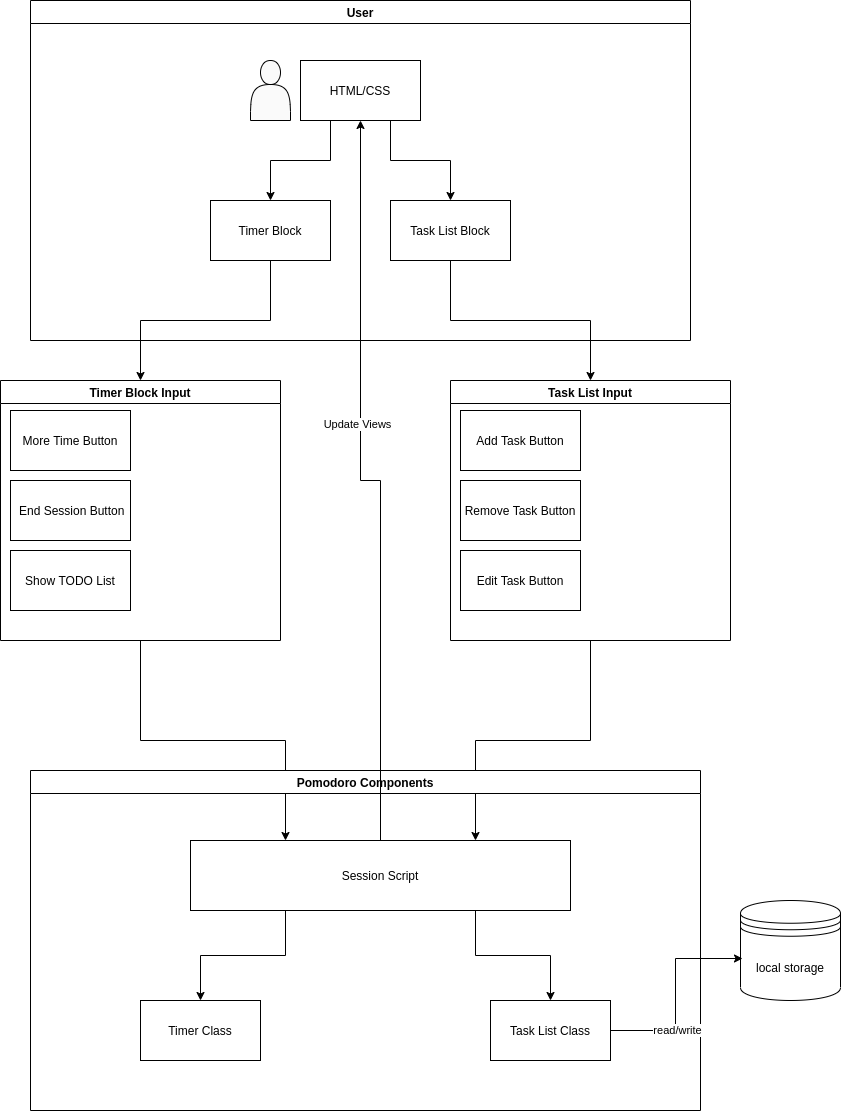
Earlier version of the draw.io export admin/pitch/systemdiagram.drawio.png (CSE-110-Group-29/Electric-Pomato). Source tidied: cells renumbered, new cells last; positions are measured from the earlier drawing's top-left corner, leaving out a move shared by most shapes.
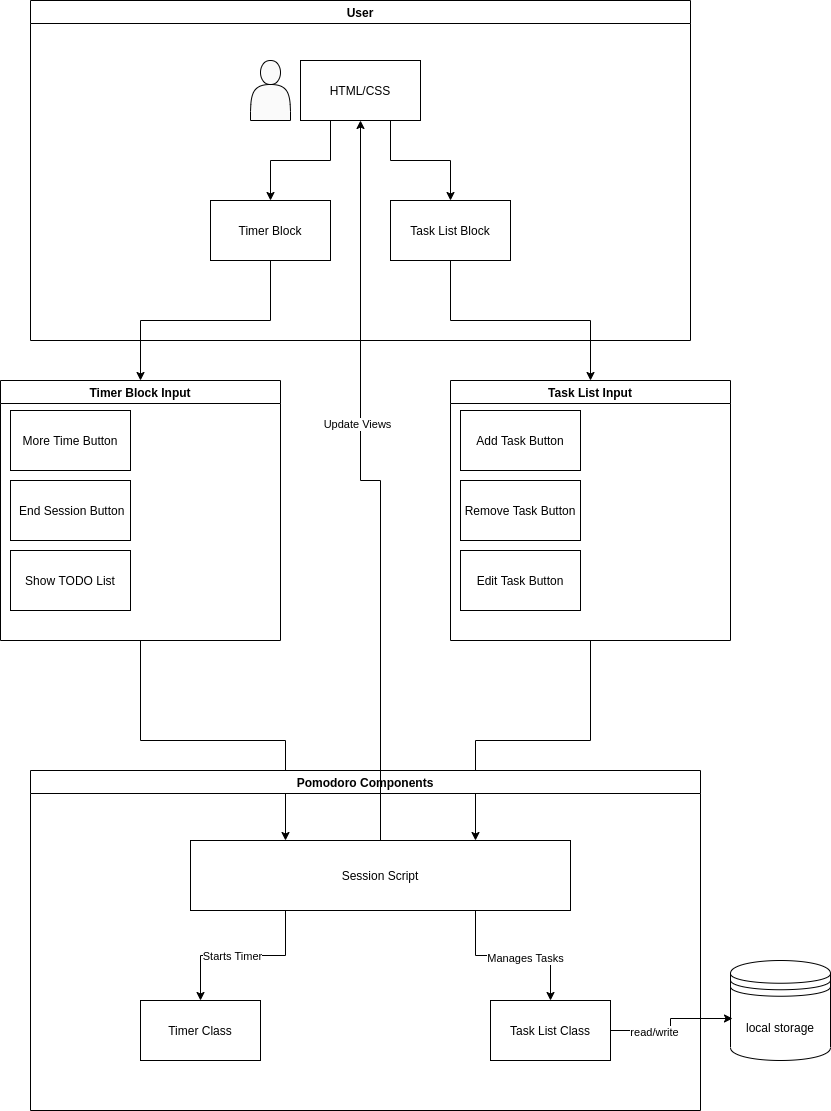
The same diagram one commit later.

Commit message:
added arrow notes

What changed in the source:
```diff
@@ -65,9 +65,15 @@
     <mxCell id="22" style="edgeStyle=orthogonalEdgeStyle;rounded=0;jettySize=auto;html=1;exitX=0.25;exitY=1;exitDx=0;exitDy=0;" parent="21" edge="1" source="24" target="25">
       <mxGeometry relative="1" as="geometry" />
     </mxCell>
+    <mxCell id="32" value="Starts Timer" style="edgeLabel;html=1;align=center;verticalAlign=middle;" parent="22" vertex="1">
+      <mxGeometry x="0.13" relative="1" as="geometry" />
+    </mxCell>
     <mxCell id="23" style="edgeStyle=orthogonalEdgeStyle;rounded=0;jettySize=auto;html=1;exitX=0.75;exitY=1;exitDx=0;exitDy=0;" parent="21" edge="1" source="24" target="26">
       <mxGeometry relative="1" as="geometry" />
     </mxCell>
+    <mxCell id="33" value="Manages Tasks&lt;br&gt;" style="edgeLabel;html=1;align=center;verticalAlign=middle;" parent="23" vertex="1">
+      <mxGeometry x="0.14" y="-2" relative="1" as="geometry" />
+    </mxCell>
     <mxCell id="24" value="Session Script" style="rounded=0;whiteSpace=wrap;html=1;" parent="21" vertex="1">
       <mxGeometry x="160" y="70" width="380" height="70" as="geometry" />
     </mxCell>
@@ -78,7 +84,7 @@
       <mxGeometry x="460" y="230" width="120" height="60" as="geometry" />
     </mxCell>
     <mxCell id="27" value="local storage&lt;br&gt;" style="shape=datastore;whiteSpace=wrap;html=1;" parent="1" vertex="1">
-      <mxGeometry x="740" y="900" width="100" height="100" as="geometry" />
+      <mxGeometry x="730" y="960" width="100" height="100" as="geometry" />
     </mxCell>
     <mxCell id="28" style="edgeStyle=orthogonalEdgeStyle;rounded=0;jettySize=auto;html=1;exitX=1;exitY=0.5;exitDx=0;exitDy=0;entryX=0.02;entryY=0.58;entryDx=0;entryDy=0;entryPerimeter=0;" parent="1" edge="1" source="26" target="27">
       <mxGeometry relative="1" as="geometry" />
```
